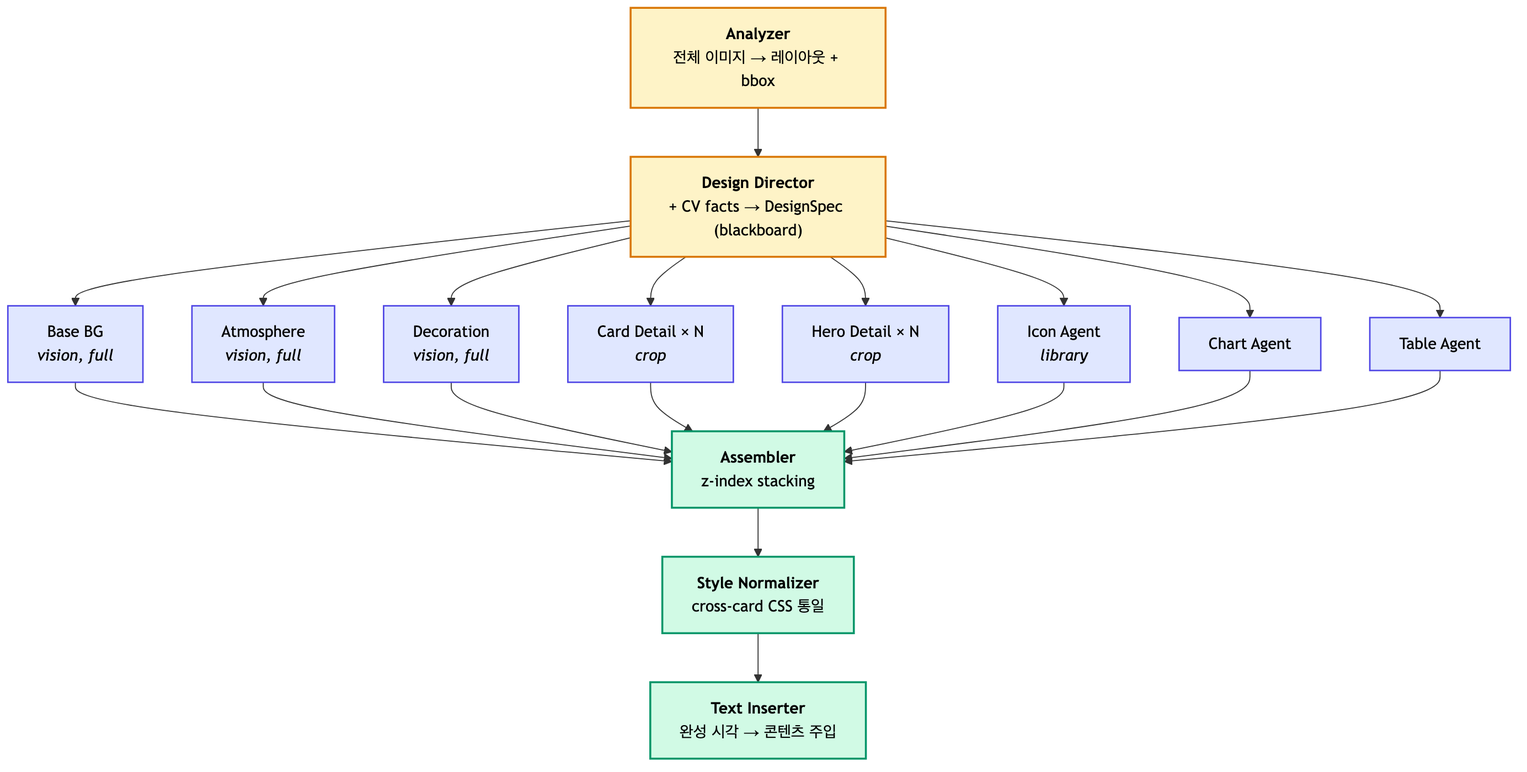
Before: results/figures/layeragent_architecture.png, a diagram exported from Mermaid (johnny9210/ppt_paper). Its source is kept beside it as results/figures/layeragent_architecture.mmd.
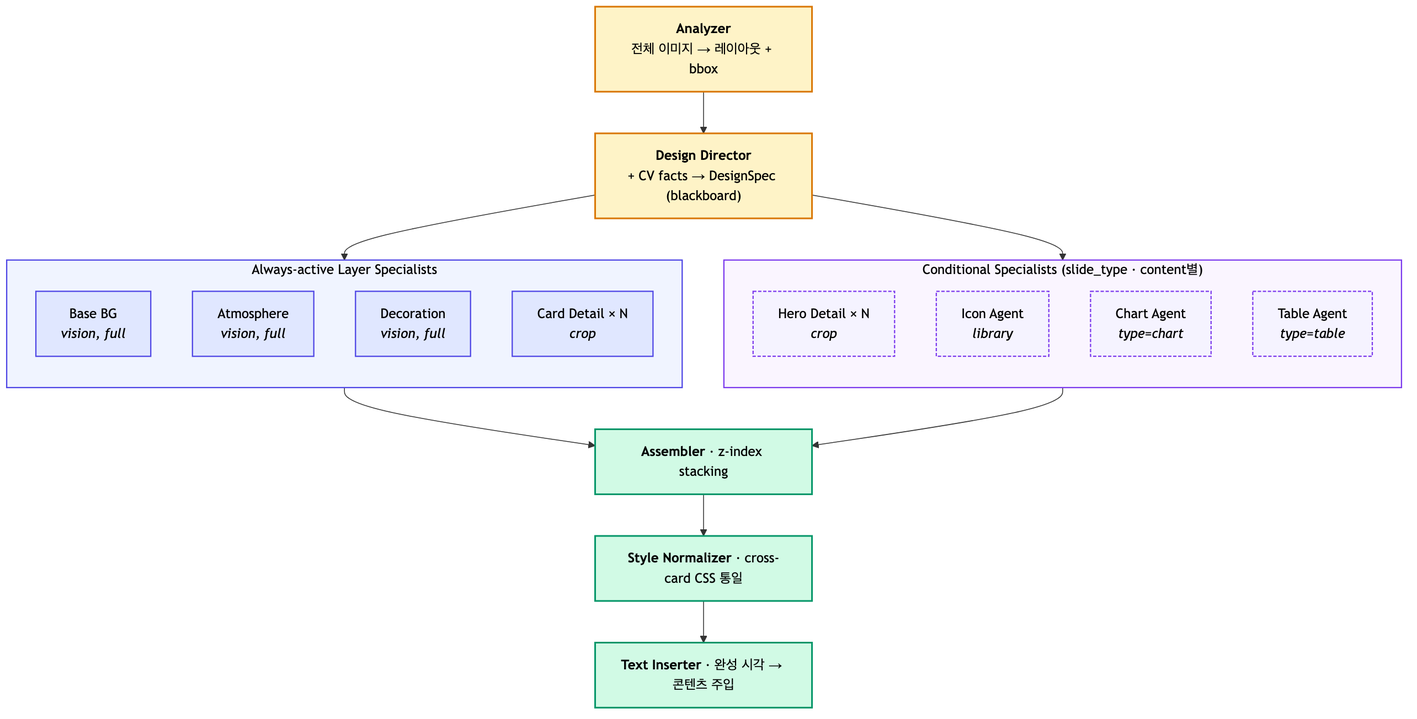
Above is the later version.

Commit message:
Group Figure 5 specialists into always-active vs conditional subgraphs

The edit, as a diff of the source:
```diff
@@ -1,43 +1,44 @@
-flowchart TD
+flowchart TB
     A["<b>Analyzer</b><br/>전체 이미지 → 레이아웃 + bbox"]
     B["<b>Design Director</b><br/>+ CV facts → DesignSpec (blackboard)"]
-    S1["Base BG<br/><i>vision, full</i>"]
-    S2["Atmosphere<br/><i>vision, full</i>"]
-    S3["Decoration<br/><i>vision, full</i>"]
-    S4["Card Detail × N<br/><i>crop</i>"]
-    S5["Hero Detail × N<br/><i>crop</i>"]
-    S6["Icon Agent<br/><i>library</i>"]
-    S7["Chart Agent"]
-    S8["Table Agent"]
-    C["<b>Assembler</b><br/>z-index stacking"]
-    D["<b>Style Normalizer</b><br/>cross-card CSS 통일"]
-    E["<b>Text Inserter</b><br/>완성 시각 → 콘텐츠 주입"]
+
+    subgraph G1 ["Always-active Layer Specialists"]
+        direction TB
+        S1["Base BG<br/><i>vision, full</i>"]
+        S2["Atmosphere<br/><i>vision, full</i>"]
+        S3["Decoration<br/><i>vision, full</i>"]
+        S4["Card Detail × N<br/><i>crop</i>"]
+    end
+
+    subgraph G2 ["Conditional Specialists (slide_type · content별)"]
+        direction TB
+        S5["Hero Detail × N<br/><i>crop</i>"]
+        S6["Icon Agent<br/><i>library</i>"]
+        S7["Chart Agent<br/><i>type=chart</i>"]
+        S8["Table Agent<br/><i>type=table</i>"]
+    end
+
+    C["<b>Assembler</b> · z-index stacking"]
+    D["<b>Style Normalizer</b> · cross-card CSS 통일"]
+    E["<b>Text Inserter</b> · 완성 시각 → 콘텐츠 주입"]
 
     A --> B
-    B --> S1
-    B --> S2
-    B --> S3
-    B --> S4
-    B --> S5
-    B --> S6
-    B --> S7
-    B --> S8
-    S1 --> C
-    S2 --> C
-    S3 --> C
-    S4 --> C
-    S5 --> C
-    S6 --> C
-    S7 --> C
-    S8 --> C
+    B --> G1
+    B --> G2
+    G1 --> C
+    G2 --> C
     C --> D
     D --> E
 
     classDef stage0 fill:#FEF3C7,stroke:#D97706,stroke-width:2px,color:#000
-    classDef stage1 fill:#DBEAFE,stroke:#2563EB,stroke-width:2px,color:#000
-    classDef specialist fill:#E0E7FF,stroke:#4F46E5,stroke-width:1.5px,color:#000
+    classDef specAlways fill:#E0E7FF,stroke:#4F46E5,stroke-width:1.5px,color:#000
+    classDef specCond fill:#F5F3FF,stroke:#7C3AED,stroke-width:1.5px,stroke-dasharray:4 2,color:#000
     classDef stage2 fill:#D1FAE5,stroke:#059669,stroke-width:2px,color:#000
 
     class A,B stage0
+    class S1,S2,S3,S4 specAlways
+    class S5,S6,S7,S8 specCond
     class C,D,E stage2
-    class S1,S2,S3,S4,S5,S6,S7,S8 specialist
+
+    style G1 fill:#F0F4FF,stroke:#4F46E5,stroke-width:1.5px,color:#000
+    style G2 fill:#FAF5FF,stroke:#7C3AED,stroke-width:1.5px,color:#000
```
